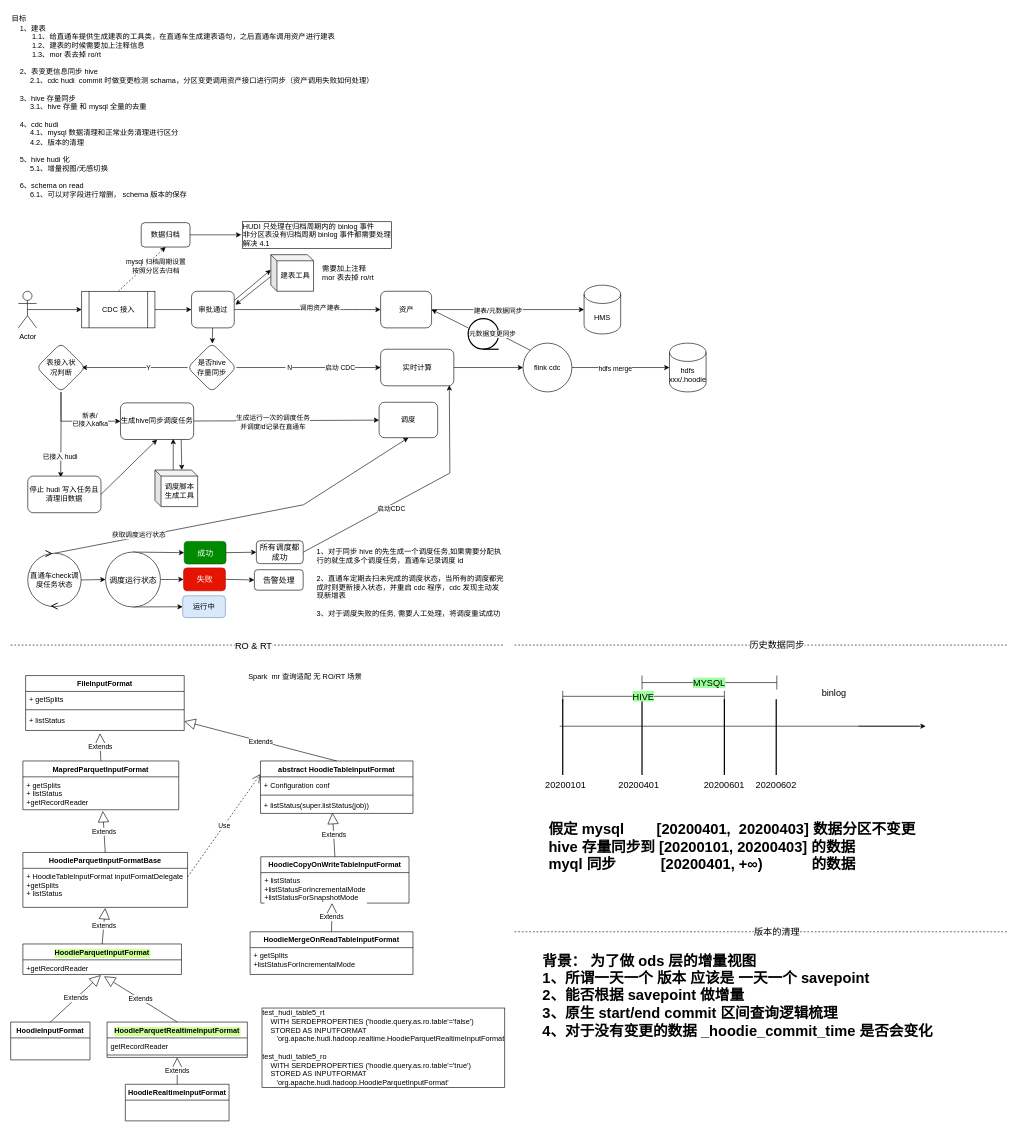
The draw.io diagram page "CDC-HUDI" (1 of 2) of 未命名绘图.drawio in loukey-lj/WX, before the edit. Source tidied: cells renumbered, new cells numbered last; positions are measured from the earlier drawing's top-left corner, leaving out a move shared by most shapes. Both pictures are drawn from the tidied source at 61%, with x=0, y=0 at pixel (10, 10).
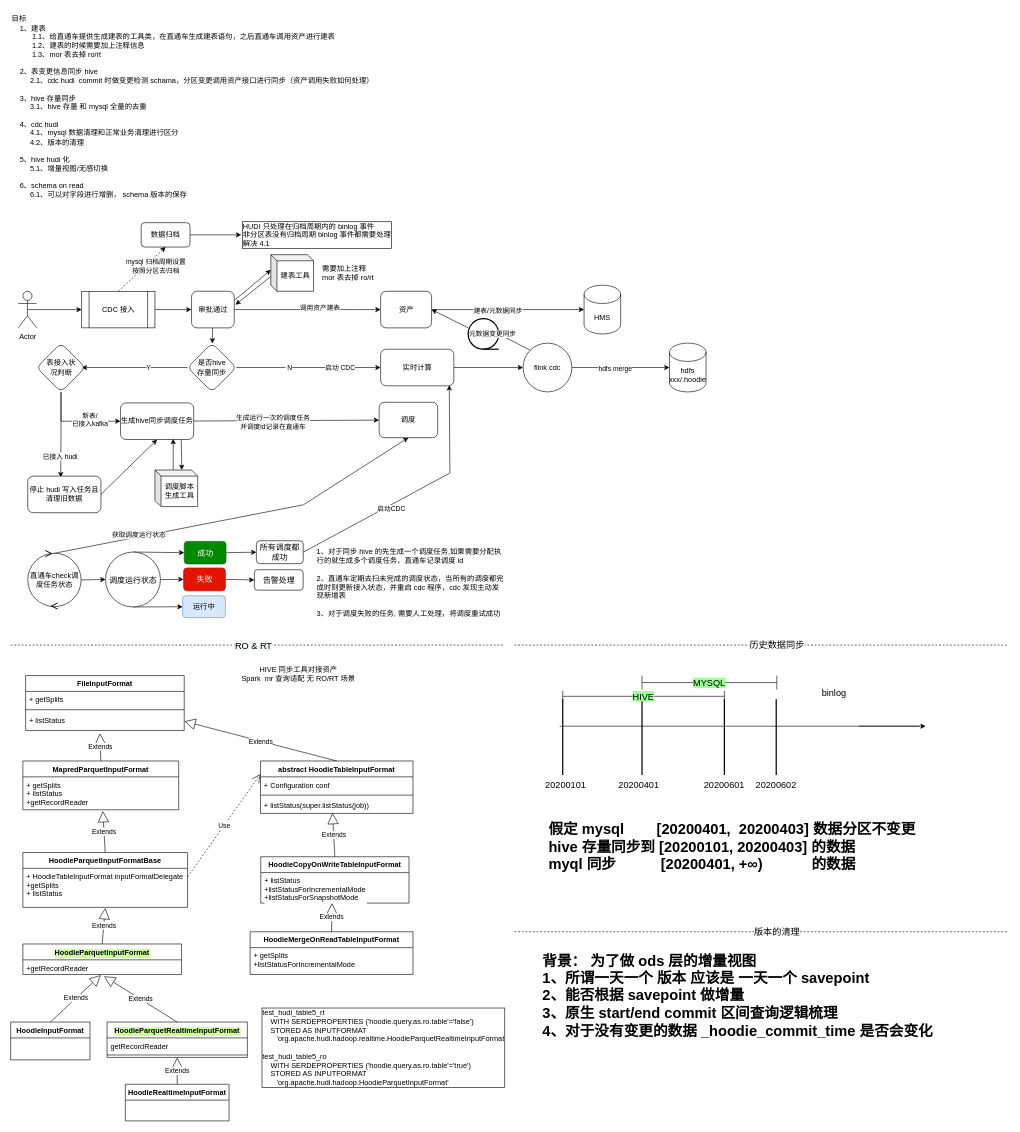
Above is the later version.

Commit message:
更新未命名绘图.drawio

The edit, as a diff of the source:
```diff
@@
-    <mxCell id="131" value="Spark&amp;nbsp; mr 查询适配 无 RO/RT 场景" style="text;html=1;strokeColor=none;fillColor=none;align=center;verticalAlign=middle;whiteSpace=wrap;rounded=0;" parent="1" vertex="1">
-      <mxGeometry x="378" y="1071" width="210" height="42" as="geometry" />
+    <mxCell id="131" value="HIVE 同步工具对接资产&lt;br&gt;Spark&amp;nbsp; mr 查询适配 无 RO/RT 场景" style="text;html=1;strokeColor=none;fillColor=none;align=center;verticalAlign=middle;whiteSpace=wrap;rounded=0;" parent="1" vertex="1">
+      <mxGeometry x="366.5" y="1066" width="210" height="42" as="geometry" />
     </mxCell>
```
